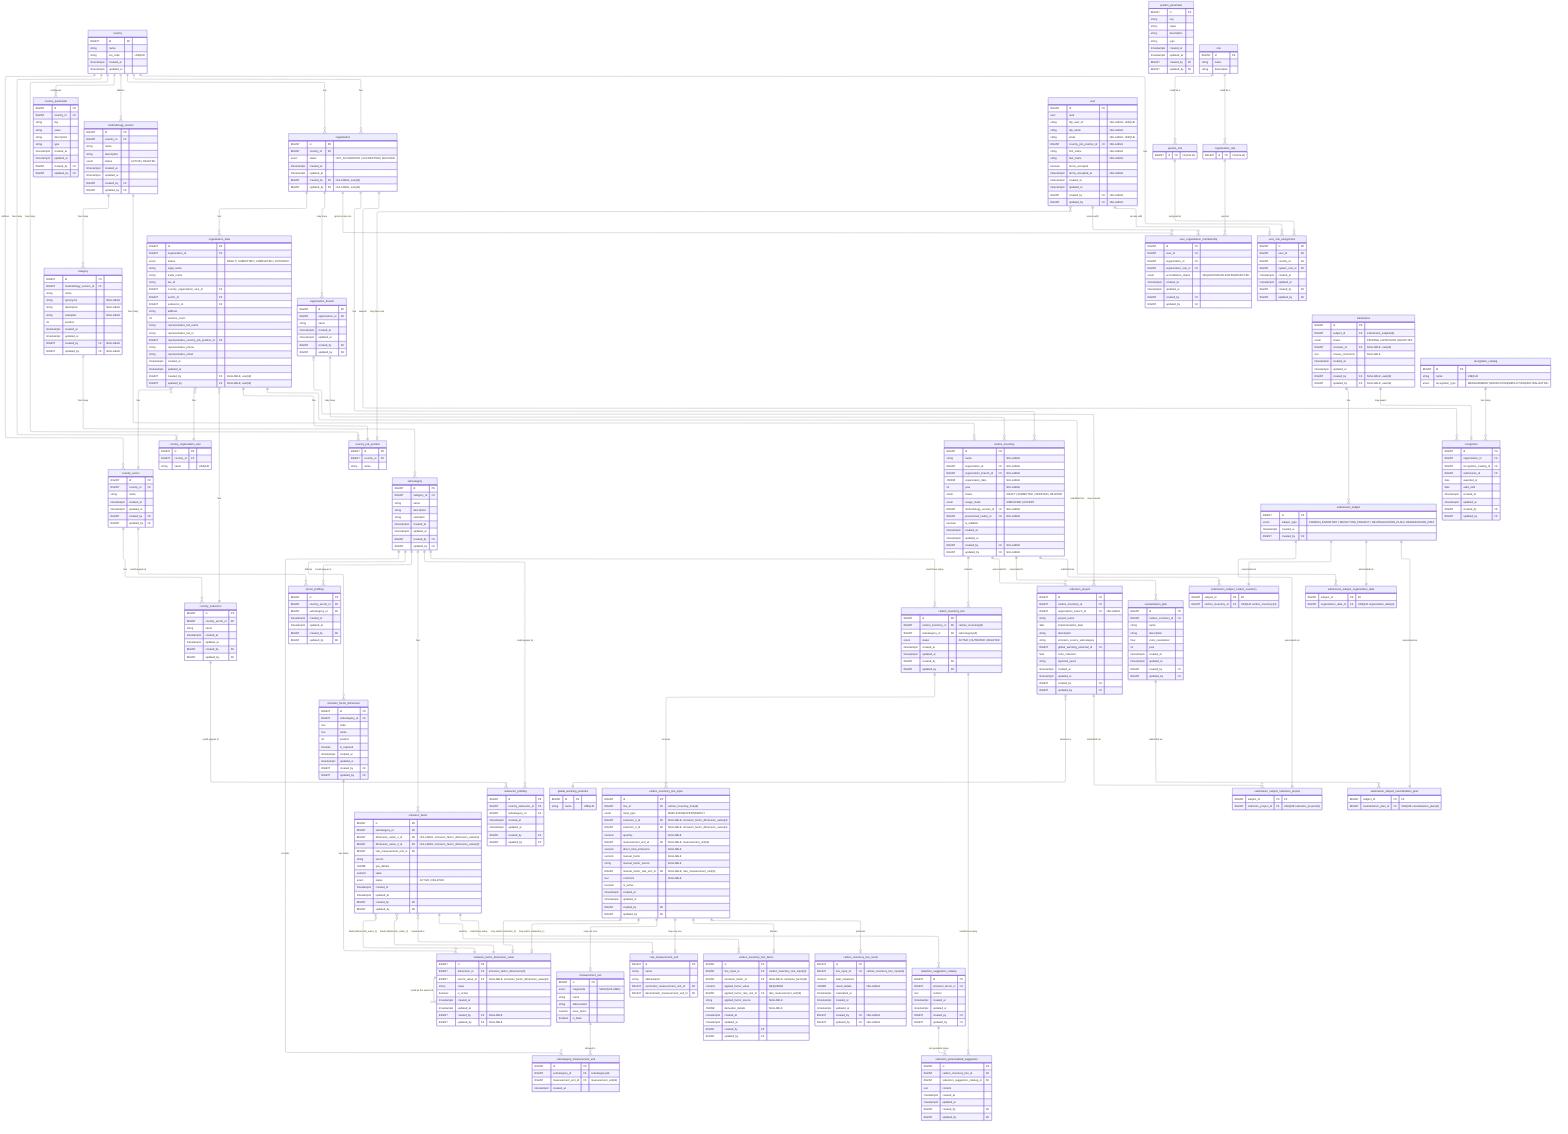
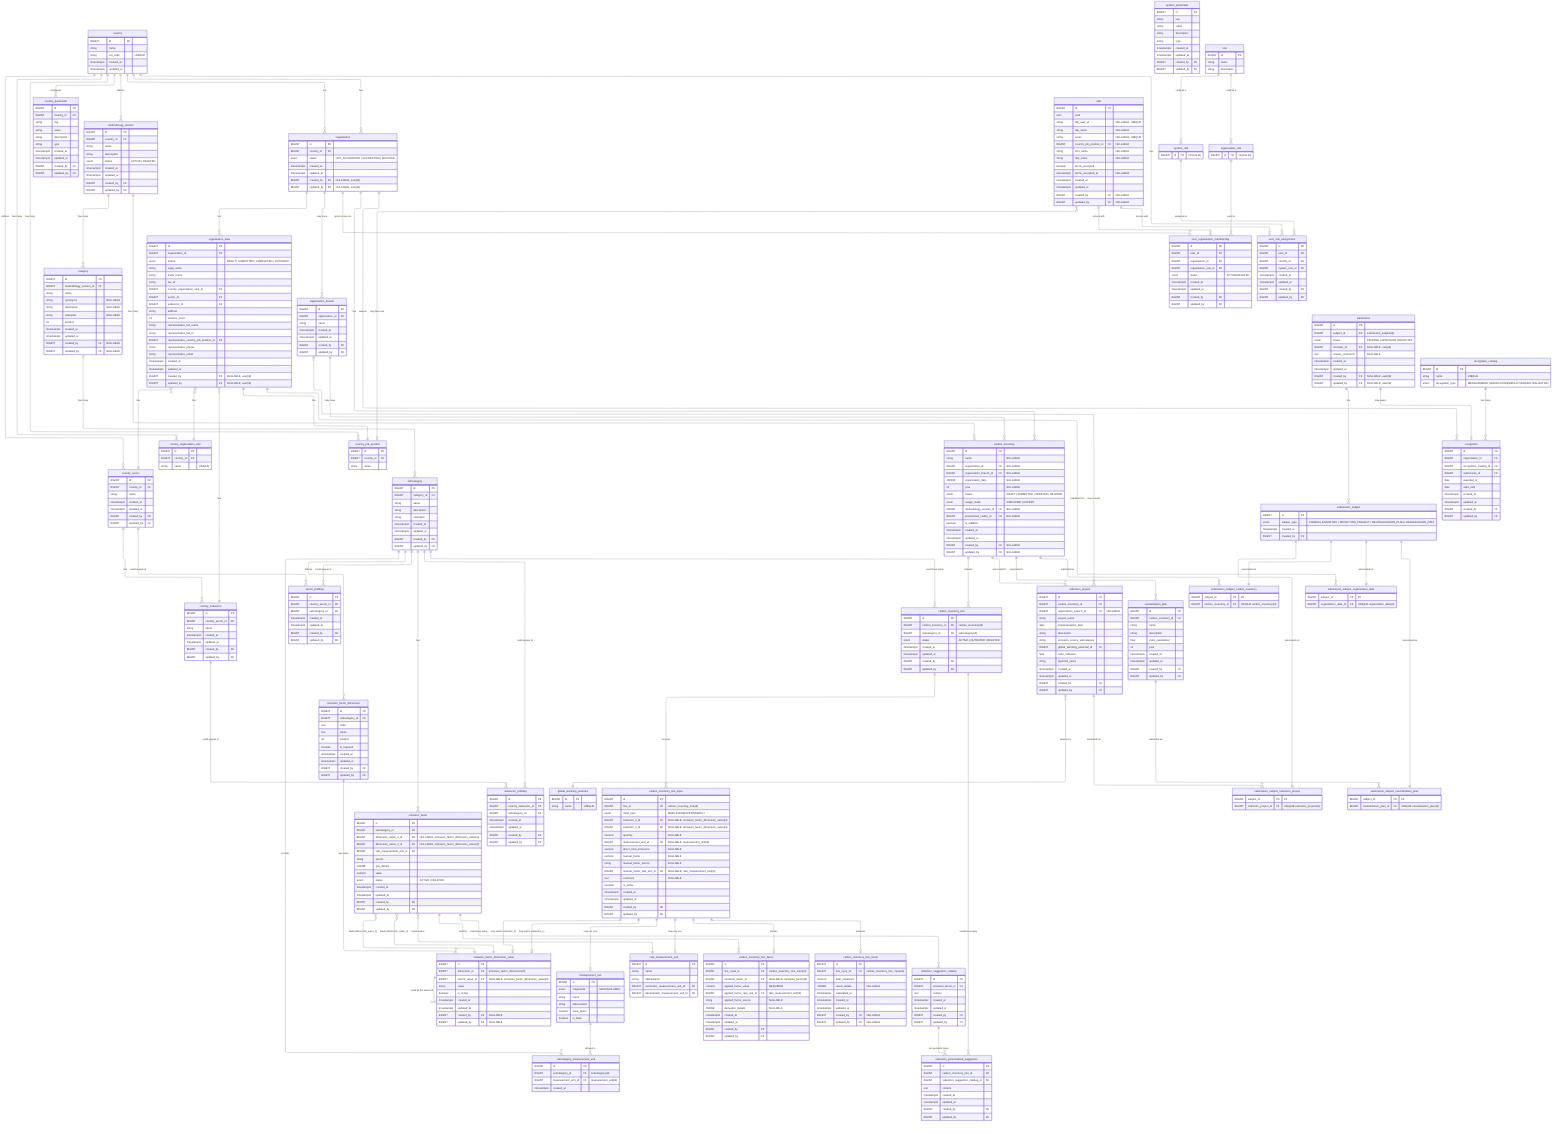
---
config:
  layout: elk
---
erDiagram
	direction TB

	%% ============================================================
	%% Design Principles
	%% ============================================================

	%% 🔷 Core Modeling Principles
	%% 	1.	Each table has a single, well-defined responsibility
	%% Tables are designed to represent one concept only (e.g. configuration, input, result, workflow), avoiding mixed concerns.

	%% 	2.	Relationships reflect real business rules, not just foreign keys
	%% Cardinalities and optionality are chosen to express domain constraints, not merely technical implementation details.

	%% 	3.	Nullability is intentional and meaningful
	%% Nullable fields indicate valid domain states (e.g. optional associations, draft data), not incomplete design.

	%% ⸻

	%% 🔷 Configuration & Reference Data
	%% 	4.	Reference data is normalized and centralized
	%% Shared concepts (statuses, units, potentials) are defined once and reused across the system.

	%% 	5.	Volatile enums are modeled as tables, not database ENUMs
	%% Any value expected to evolve (statuses, workflows) is stored in catalog tables to avoid schema migrations.

	%% 	6.	Stable physical concepts may use ENUMs
	%% Concepts that are scientifically stable (e.g. unit magnitude, usage mode) may use database ENUMs for safety and clarity.

	%% ⸻

	%% 🔷 Methodology & Emission Factors

	%% 	7.	Methodology is versioned and country-scoped
	%% All categories, subcategories, and factors belong to a specific methodology version tied to a country.

	%% 	8.	Emission factors are defined by standardized dimensions, not free text
	%% User selections and factor matching are driven by normalized dimension values to ensure consistency and correctness.

	%% 	9.	Dimension cardinality reflects domain reality, not generic flexibility
	%% Emission factors support up to two dimensions by design, matching current methodology requirements and admin workflows.

	%% 	10.	Administrative workflows are hierarchical and sequential
	%% New entities are created top-down (category → subcategory → dimension → value → factor), enforcing consistency at each level.

	%% ⸻

	%% 🔷 Inventory & Calculation

	%% 	11.	Input, factor selection, and results are modeled as separate concerns
	%% User input, factor derivation, and calculated results are stored in distinct tables for clarity and auditability.

	%% 	12.	Results are always derived from immutable input snapshots
	%% Calculated emissions reference the exact input used, ensuring reproducibility even if inputs change later.

	%% 	13.	Historical data is preserved; updates create new versions
	%% Changes do not overwrite previous data but create new records, maintaining a complete audit trail.

	%% ⸻

	%% 🔷 Workflow & Submissions

	%% 	14.	Workflows are modeled as data, not booleans
	%% Submissions, approvals, and recognitions are represented explicitly rather than inferred from flags.

	%% 	15.	Polymorphism is handled via explicit subject tables
	%% Submissions reference a generic subject entity with concrete subtype tables, avoiding nullable polymorphic foreign keys.

	%% 	16.	Recognitions are awarded based on submissions, not raw entities
	%% This ensures all awards are traceable to a validated review process.

	%% ⸻

	%% 🔷 Audit & Governance

	%% 	17.	Audit fields are applied based on responsibility and mutability
	%% Operational tables are auditable; reference and system-owned tables may omit audit fields by design.

	%% 	18.	System-generated data does not pretend to have an author
	%% Automatically calculated results record timestamps but not created_by or updated_by.

	%% 	19.	Database constraints enforce correctness wherever possible
	%% Uniqueness, consistency, and invariants are enforced at the database level rather than relying solely on application logic.


	%% ⸻

	%% 🔷 Evolution & Maintainability

	%% 	20.	Design favors clarity and correctness over premature generalization
	%% Flexibility is introduced only when driven by real domain requirements, not hypothetical future use cases.

	%% 	21.	Future extensions are possible without breaking existing data
	%% The model anticipates evolution (e.g. new methodologies, new workflows) while keeping current usage simple and explicit.

	%% ⸻

	%% These principles are intentional.
	%% Changes to the model should preserve these invariants unless there is a clear domain-driven reason to evolve them.

	%% ============================================================
	%% 🟦 Country & configuration (7)
	%% ============================================================

	country {
		BIGINT id PK ""
		string name  ""
		string iso_code "UNIQUE"
		timestamptz created_at  ""
		timestamptz updated_at  ""
	}

	country_parameter {
		BIGINT id PK ""
		BIGINT country_id FK ""
		string key  ""
		string value  ""
		string description  ""
		string type  ""
		timestamptz created_at  ""
		timestamptz updated_at  ""
		BIGINT created_by FK ""
		BIGINT updated_by FK ""
	}

	system_parameter {
		BIGINT id PK ""
		string key  ""
		string value  ""
		string description  ""
		string type  ""
		timestamptz created_at  ""
		timestamptz updated_at  ""
		BIGINT created_by FK ""
		BIGINT updated_by FK ""
	}

	country_sector {
		BIGINT id PK ""
		BIGINT country_id FK ""
		string name  ""
		timestamptz created_at  ""
		timestamptz updated_at  ""
		BIGINT created_by FK ""
		BIGINT updated_by FK ""
	}

	country_subsector {
		BIGINT id PK ""
		BIGINT country_sector_id FK ""
		string name  ""
		timestamptz created_at  ""
		timestamptz updated_at  ""
		BIGINT created_by FK ""
		BIGINT updated_by FK ""
	}

	country_organization_size {
		BIGINT id PK ""
		BIGINT country_id FK ""
		string name  "UNIQUE"
	}

	country_job_position {
		BIGINT id PK ""
		BIGINT country_id FK ""
		string name  ""
	}

	%% ============================================================
	%% 🟩 Methodology & factors (10)
	%% ============================================================

	methodology_version {
		BIGINT id PK ""
		BIGINT country_id FK ""
		string name  ""
		string description  ""
		enum status "ACTIVE | DELETED"
		timestamptz created_at  ""
		timestamptz updated_at  ""
		BIGINT created_by FK ""
		BIGINT updated_by FK ""
		%% Enforce via trigger at most 1 active per country
	}

	category {
		BIGINT id PK ""
		BIGINT methodology_version_id FK ""
		string name  ""
		%% just for displaying
		string synonyms "NULLABLE"
		%% just for displaying
		string description "NULLABLE"
		%% just for displaying
		string examples "NULLABLE"
		%% Position must be > 0 (enforced by DB CHECK constraint)
		int position ""
		timestamptz created_at  ""
		timestamptz updated_at  ""
		BIGINT created_by FK "NULLABLE"
		BIGINT updated_by FK "NULLABLE"
		%% UNIQUE(methodology_version_id, name)
		%% UNIQUE(methodology_version_id, position)
	}

	subcategory {
		BIGINT id PK ""
		BIGINT category_id FK ""
		string name  ""
		%% just for displaying
		string description  ""
		%% just for displaying
		string examples ""
		timestamptz created_at  ""
		timestamptz updated_at  ""
		BIGINT created_by FK ""
		BIGINT updated_by FK ""
	}

	emission_factor_dimension {
		BIGINT id PK ""
		BIGINT subcategory_id FK ""
		%% Like: FUEL_GROUP, FUEL_TYPE, GAS_TYPE
		text code ""
		%% Like: Tipo de combustible, Tipo de gas
		text name ""
		%% Like: 1, 2, 3 (order in UI & logic)
		int position ""
		boolean is_required ""
		timestamptz created_at  ""
		timestamptz updated_at  ""
		BIGINT created_by FK ""
		BIGINT updated_by FK ""
		%% UNIQUE(subcategory_id, position),
		%% UNIQUE(subcategory_id, code)
	}

	emission_factor_dimension_value {
		BIGINT id PK ""
		BIGINT dimension_id FK "emission_factor_dimension(id)"
		BIGINT parent_value_id FK "NULLABLE, emission_factor_dimension_value(id)"
		%% Like: Natural gas, Diesel, Kerosene, etc
		string value ""
		boolean is_active ""
		timestamptz created_at  ""
		timestamptz updated_at  ""
		BIGINT created_by FK "NULLABLE"
		BIGINT updated_by FK "NULLABLE"
		%% UNIQUE(dimension_id, value)
	}

	emission_factor {
		BIGINT id PK ""
		BIGINT subcategory_id FK ""
		%% Emission factors currently support up to two dimensions via fixed columns.
		%% A binding table was considered for unbounded dimensions but intentionally not used to keep queries and constraints simple.
		BIGINT dimension_value_1_id FK "NULLABLE, emission_factor_dimension_value(id)"
		BIGINT dimension_value_2_id FK "NULLABLE, emission_factor_dimension_value(id)"
		BIGINT rate_measurement_unit_id FK ""
		string source  ""
		JSONB gas_details ""
		numeric value  ""
		enum status "ACTIVE | DELETED"
		timestamptz created_at  ""
		timestamptz updated_at  ""
		BIGINT created_by FK ""
		BIGINT updated_by FK ""
		%% Enforce UNIQUE (subcategory_id, dimension_value_1_id, dimension_value_2_id) WHERE status = 'ACTIVE'
	}

	sector_profiling {
		BIGINT id PK ""
		BIGINT country_sector_id FK ""
		BIGINT subcategory_id FK ""
		timestamptz created_at  ""
		timestamptz updated_at  ""
		BIGINT created_by FK ""
		BIGINT updated_by FK ""
		%% UNIQUE(country_sector_id, subcategory_id)
	}

	subsector_profiling {
		BIGINT id PK ""
		BIGINT country_subsector_id FK ""
		BIGINT subcategory_id FK ""
		timestamptz created_at  ""
		timestamptz updated_at  ""
		BIGINT created_by FK ""
		BIGINT updated_by FK ""
		%% UNIQUE(country_subsector_id, subcategory_id)
	}

	measurement_unit {
		BIGINT id PK ""
		enum magnitude  "MASS|VOLUME|..."
		string name  ""
		string abbreviation  ""
		numeric base_factor  ""
		boolean is_base  ""
		%% Enforce UNIQUE (magnitude) WHERE is_base = true
	}

	rate_measurement_unit {
		BIGINT id PK ""
		string name  ""
		string abbreviation  ""
		BIGINT numerator_measurement_unit_id FK ""
		BIGINT denominator_measurement_unit_id FK ""
	}

	subcategory_measurement_unit {
		BIGINT id PK ""
		BIGINT subcategory_id FK "subcategory(id)"
		BIGINT measurement_unit_id FK "measurement_unit(id)"
		timestamptz created_at ""
		%% UNIQUE(subcategory_id, measurement_unit_id)
	}

	global_warming_potential {
		BIGINT id PK ""
		string name "UNIQUE"
		%% AR4, AR5, etc...
	}

	%% ============================================================
	%% 🟨 Organizations & users (8)
	%% ============================================================

	organization {
		BIGINT id PK
		BIGINT country_id FK
		enum status "NOT_ACCREDITED | ACCREDITED | BLOCKED"
		timestamptz created_at
		timestamptz updated_at
		BIGINT created_by FK "NULLABLE, user(id)"
		BIGINT updated_by FK "NULLABLE, user(id)"
  	}

	organization_data {
		BIGINT id PK
		BIGINT organization_id FK
		enum status "DRAFT | SUBMITTED | COMPLETED | OUTDATED"

		%% organization data
		string legal_name
		string trade_name
		string tax_id
		BIGINT country_organization_size_id FK
		BIGINT sector_id FK
		BIGINT subsector_id FK
		string address
		int workers_count

		%% representative data
		string representative_full_name
		string representative_tax_id
		BIGINT representative_country_job_position_id FK
		string representative_phone
		string representative_email

		timestamptz created_at
		timestamptz updated_at
		BIGINT created_by FK "NULLABLE, user(id)"
		BIGINT updated_by FK "NULLABLE, user(id)"
	}

	organization_branch {
		BIGINT id PK ""
		BIGINT organization_id FK ""
		string name  ""
		timestamptz created_at  ""
		timestamptz updated_at  ""
		BIGINT created_by FK ""
		BIGINT updated_by FK ""
	}

	user {
		BIGINT id PK ""
		uuid uuid  ""
		string idp_user_id "NULLABLE, UNIQUE"
		string idp_name "NULLABLE"
		string email  "NULLABLE, UNIQUE"
		BIGINT country_job_position_id FK "NULLABLE"
		string first_name "NULLABLE"
		string last_name "NULLABLE"
		boolean terms_accepted ""
		timestamptz terms_accepted_at "NULLABLE"
		timestamptz created_at  ""
		timestamptz updated_at  ""
		BIGINT created_by FK "NULLABLE"
		BIGINT updated_by FK "NULLABLE"
	}

	%% abstract parent table
	role {
		BIGINT id PK ""
		string name ""
		string description ""
	}

	system_role {
		BIGINT id PK "FK(role.id)"
	}

	organization_role {
		BIGINT id PK "FK(role.id)"
	}

+ 
	user_organization_membership {
		BIGINT id PK ""
		BIGINT user_id FK ""
		BIGINT organization_id FK ""
		BIGINT organization_role_id FK ""
- 		enum accreditation_status  "REQUESTED|VALIDATED|REJECTED"
+ 		enum status "ACTIVE|DELETED"
		timestamptz created_at  ""
		timestamptz updated_at  ""
		BIGINT created_by FK ""
		BIGINT updated_by FK ""
		%% UNIQUE(user_id, organization_id, organization_role_id)
	}

	user_role_assignment {
		BIGINT id PK ""
		BIGINT user_id FK ""
		BIGINT country_id FK ""
		BIGINT system_role_id FK ""
		timestamptz created_at  ""
		timestamptz updated_at  ""
		BIGINT created_by FK ""
		BIGINT updated_by FK ""
		%% UNIQUE(user_id, country_id, system_role_id)
	}

	%% ============================================================
	%% 🟧 Inventory & calculation (9)
	%% ============================================================

	%% organization & organization_branch will be NULL when user does not belong to any org.
	carbon_inventory {
		BIGINT id PK ""
		string name "NULLABLE"
		BIGINT organization_id FK "NULLABLE"
		BIGINT organization_branch_id FK "NULLABLE"
		JSONB organization_data "NULLABLE"
		int year "NULLABLE"
		enum status "DRAFT | SUBMITTED | VERIFIED | DELETED"
		enum usage_mode "SIMPLIFIED | EXPERT"
		BIGINT methodology_version_id FK "NULLABLE"
		BIGINT preselected_nodes_id FK "NULLABLE"
		boolean is_editable ""
		timestamptz created_at  ""
		timestamptz updated_at  ""
		BIGINT created_by FK "NULLABLE"
		BIGINT updated_by FK "NULLABLE"
	}

	%% A "line" represents what is being measured (subcategory) for a given inventory.
	%% We do not store quantities/factors/selections here. It's the anchor.
	carbon_inventory_line {
		BIGINT id PK ""
		BIGINT carbon_inventory_id FK "carbon_inventory(id)"
		BIGINT subcategory_id FK "subcategory(id)"
		enum status "ACTIVE | OUTDATED | DELETED"
		timestamptz created_at  ""
		timestamptz updated_at  ""
		BIGINT created_by FK ""
		BIGINT updated_by FK ""
	}

	carbon_inventory_line_input {
		BIGINT id PK ""
		BIGINT line_id FK "carbon_inventory_line(id)"
		enum input_type "SIMPLIFIED|EXPERT|DIRECT"

		%% the "dimension selections" (more on dimension standardization in section 4)
		BIGINT selection_1_id FK "NULLABLE, emission_factor_dimension_value(id)"
		BIGINT selection_2_id FK "NULLABLE, emission_factor_dimension_value(id)"

		numeric quantity "NULLABLE"
		BIGINT measurement_unit_id FK "NULLABLE, measurement_unit(id)"

		%% For DIRECT mode:
		numeric direct_total_emissions "NULLABLE"

		%% For EXPERT mode:
		numeric manual_factor "NULLABLE"
		string manual_factor_source "NULLABLE"
		BIGINT manual_factor_rate_unit_id FK "NULLABLE, rate_measurement_unit(id)"

		text comment "NULLABLE"
		boolean is_active ""
		timestamptz created_at  ""
		timestamptz updated_at  ""
		BIGINT created_by FK ""
		BIGINT updated_by FK ""
		%% Enforce only one active input per line: UNIQUE(line_id) WHERE is_active = true
	}

	%% This stores "what factor did we use, after conversions, and why" so results are reproducible.
	carbon_inventory_line_factor {
		BIGINT id PK ""
		BIGINT line_input_id FK "carbon_inventory_line_input(id)"

		%% chosen factor: either from catalog (simplified) or null for expert/direct
		BIGINT emission_factor_id FK "NULLABLE, emission_factor(id)"

		%% normalized factor actually used in the computation (post-conversion)
		%% REQUIRED: Must always be present for result reproducibility
		numeric applied_factor_value "REQUIRED"
		BIGINT applied_factor_rate_unit_id FK "rate_measurement_unit(id)"
		string applied_factor_source "NULLABLE"

		%% optionally store a JSON blob explaining conversion steps for auditability
		JSONB derivation_details "NULLABLE"

		timestamptz created_at  ""
		timestamptz updated_at  ""
		BIGINT created_by FK ""
		BIGINT updated_by FK ""
		%% Enforce 1 factor row per input: UNIQUE(line_input_id)
	}

	carbon_inventory_line_result {
		BIGINT id PK ""
		BIGINT line_input_id FK "carbon_inventory_line_input(id)"
		numeric total_emissions ""
		%% optionally store breakdown: per-gas, CO2e, etc.
		JSONB result_details "NULLABLE"
		timestamptz calculated_at ""
		timestamptz created_at  ""
		timestamptz updated_at  ""
		BIGINT created_by FK "NULLABLE"
		BIGINT updated_by FK "NULLABLE"
		%% Ensure 1 result per input: UNIQUE(line_input_id)
	}

	reduction_suggestion_catalog {
		BIGINT id PK ""
		BIGINT emission_factor_id FK ""
		text content  ""
		timestamptz created_at  ""
		timestamptz updated_at  ""
		BIGINT created_by FK ""
		BIGINT updated_by FK ""
	}

	%% We plan to create these suggestion with AI
	reduction_personalized_suggestion {
		BIGINT id PK ""
		BIGINT carbon_inventory_line_id FK ""
		BIGINT reduction_suggestion_catalog_id FK ""
		text content  ""
		timestamptz created_at  ""
		timestamptz updated_at  ""
		BIGINT created_by FK ""
		BIGINT updated_by FK ""
	}

	reduction_project {
		BIGINT id PK ""
		BIGINT carbon_inventory_id FK ""
		BIGINT organization_branch_id FK "NULLABLE"
		string project_name  ""
		date implementation_date  ""
		string description  ""
		string emission_source_subcategory  ""
		BIGINT global_warming_potential_id FK ""
		float co2e_reduction  ""
		string reported_years  ""
		timestamptz created_at  ""
		timestamptz updated_at  ""
		BIGINT created_by FK ""
		BIGINT updated_by FK ""
	}

	neutralization_plan {
		BIGINT id PK ""
		BIGINT carbon_inventory_id FK ""
		string name  ""
		string description  ""
		float co2e_neutralized  ""
		int year  ""
		timestamptz created_at  ""
		timestamptz updated_at  ""
		BIGINT created_by FK ""
		BIGINT updated_by FK ""
	}

	%% ============================================================
	%% 🟥 Submissions & recognition (7)
	%% ============================================================

	%% Read the docs about the submissions model design here: https://www.notion.so/Modelo-E-R-para-Submissions-2d318d2c8901805ab8f9eed2a9d9d702?source=copy_link
	%% The data within this table is immutable once created
	submission_subject {
		BIGINT id PK ""
		enum subject_type "CARBON_INVENTORY | REDUCTION_PROJECT | NEUTRALIZATION_PLAN | ORGANIZATION_DATA"
		timestamptz created_at  ""
		BIGINT created_by FK ""
	}

	%% The data within this table is immutable once created
	submission_subject_carbon_inventory {
		BIGINT subject_id PK "FK"
		BIGINT carbon_inventory_id FK "UNIQUE carbon_inventory(id)"
	}

	%% The data within this table is immutable once created
	submission_subject_reduction_project {
		BIGINT subject_id PK "FK"
		BIGINT reduction_project_id FK "UNIQUE reduction_project(id)"
	}

	%% The data within this table is immutable once created
	submission_subject_neutralization_plan {
		BIGINT subject_id PK "FK"
		BIGINT neutralization_plan_id FK "UNIQUE neutralization_plan(id)"
	}

	%% The data within this table is immutable once created
	submission_subject_organization_data {
		BIGINT subject_id PK "FK"
		BIGINT organization_data_id FK "UNIQUE organization_data(id)"
	}

	submission {
		BIGINT id PK ""
		BIGINT subject_id FK "submission_subject(id)"
		enum status "PENDING | APPROVED | REJECTED"
		BIGINT reviewer_id FK "NULLABLE, user(id)"
		text review_comments "NULLABLE"
		timestamptz created_at  ""
		timestamptz updated_at  ""
		BIGINT created_by FK "NULLABLE, user(id)"
		BIGINT updated_by FK "NULLABLE, user(id)"
		%% UNIQUE INDEX on subject_id WHERE status IN ('PENDING', 'APPROVED')
	}

	recognition_catalog {
		BIGINT id PK ""
		string name "UNIQUE"
		enum recognition_type  "MEASUREMENT|VERIFICATION|REDUCTION|NEUTRALIZATION"
	}

	recognition {
		BIGINT id PK ""
		BIGINT organization_id FK ""
		BIGINT recognition_catalog_id FK ""
		BIGINT submission_id FK ""
		date awarded_at  ""
		date valid_until  ""
		timestamptz created_at  ""
		timestamptz updated_at  ""
		BIGINT created_by FK ""
		BIGINT updated_by FK ""
	}

	%% ============================================================
	%% Others
	%% ============================================================


%% ============================================================
%% Relationships
%% ============================================================

country
	country ||--o{ country_parameter : "configures"
	country ||--o{ country_sector : "defines"
	country ||--o{ methodology_version : "defines"
	country ||--o{ organization : "has"
	country ||--o{ user_role_assignment : "has"
	country ||--o{ country_organization_size: "has many"
	country ||--o{ country_job_position : "has many"
	country ||--o{ organization : "has"

country_sector
	country_sector ||--o{ country_subsector : "has"
	country_sector ||--o{ sector_profiling : "could appear at"

country_subsector
	country_subsector ||--o{ subsector_profiling : "could appear at"

organization
	organization ||--o{ carbon_inventory : "has"
	organization ||--o{ organization_branch : "may have"
	organization ||--o{ recognition : "awards"
	organization ||--o{ user_organization_membership : "grant access via"
	organization ||--o{ organization_data : "has"

organization_data
	organization_data }o--|| country_organization_size : "has"
	organization_data }o--|| country_sector : "has"
	organization_data }o--|| country_subsector : "has"
	organization_data ||--|| country_job_position : "has"
	organization_data ||--o{ submission_subject_organization_data : "submitted via"

organization_branch
	organization_branch |o--o{ reduction_project : "may execute"
	organization_branch ||--o{ carbon_inventory : "may have"

recognition_catalog
	recognition_catalog ||--o{ recognition  : "has many"

role
	role ||--o{ system_role : "could be a"
	role ||--o{ organization_role : "could be a"
	organization_role ||--o{ user_organization_membership : "used at"
	system_role ||--o{ user_role_assignment : "assigned at"

user
	user ||--o{ user_organization_membership : "access with"
	user }o--o| country_job_position : "may have one"
	user ||--o| user_role_assignment : "access with"

methodology_version
	methodology_version ||--o{ carbon_inventory : "has many"
	methodology_version ||--o{ category : "has many"

category
	category ||--o{ subcategory : "has many"

subcategory
	subcategory ||--o{ emission_factor_dimension: "defines"
	%% A subcategory may exist with zero emission factors:
	subcategory ||--o{ emission_factor: "has"
	subcategory ||--o{ sector_profiling: "could appear at"
	subcategory ||--o{ subsector_profiling: "could appear at"
	subcategory ||--o{ carbon_inventory_line: "could have many"
	subcategory ||--o{ subcategory_measurement_unit: "accepts"

measurement_unit
	measurement_unit ||--o{ subcategory_measurement_unit: "allowed in"

emission_factor_dimension
	emission_factor_dimension ||--o{ emission_factor_dimension_value : "has many"

emission_factor_dimension_value
	emission_factor_dimension_value ||--o{ emission_factor_dimension_value : "could be the parent of"

emission_factor
	emission_factor ||--o{ reduction_suggestion_catalog : "could have many"
	emission_factor ||--o{ carbon_inventory_line_factor : "used by"
	emission_factor }o--|| rate_measurement_unit : "expressed in"
	%% At most 2 values, depending on subcategory configuration:
	emission_factor }o--|| emission_factor_dimension_value : "binds (dimension_value_1)"
	emission_factor }o--|| emission_factor_dimension_value : "binds (dimension_value_2)"

carbon_inventory
	carbon_inventory ||--o{ carbon_inventory_line: "contains"
	carbon_inventory ||--o{ submission_subject_carbon_inventory: "submitted as"
	carbon_inventory ||--o{ neutralization_plan: "associated to"
	carbon_inventory ||--o{ reduction_project: "associated to"

carbon_inventory_line
	carbon_inventory_line ||--o{ reduction_personalized_suggestion: "could have many"
	carbon_inventory_line ||--o{ carbon_inventory_line_input: "receives"

carbon_inventory_line_input
	carbon_inventory_line_input ||--o| emission_factor_dimension_value: "may select (selection_1)"
	carbon_inventory_line_input ||--o| emission_factor_dimension_value: "may select (selection_2)"
	carbon_inventory_line_input ||--o| measurement_unit: "may use one"
	carbon_inventory_line_input ||--o| rate_measurement_unit: "may use one"
	carbon_inventory_line_input ||--o| carbon_inventory_line_factor: "derives"
	carbon_inventory_line_input ||--o| carbon_inventory_line_result: "produces"

submission_subject
	submission_subject ||--|| submission_subject_carbon_inventory : "associated via"
	submission_subject ||--|| submission_subject_reduction_project : "associated via"
	submission_subject ||--|| submission_subject_neutralization_plan : "associated via"
	submission_subject ||--|| submission_subject_organization_data : "associated via"

submission
	submission ||--o| recognition: "may award"
	submission ||--o{ submission_subject: "has"

neutralization_plan
	neutralization_plan ||--o{ submission_subject_neutralization_plan : "submitted via"

reduction_project
	reduction_project ||--o{ submission_subject_reduction_project : "submitted via"
	reduction_project }o--|| global_warming_potential : "declares a"

reduction_suggestion_catalog
	reduction_suggestion_catalog ||--o{ reduction_personalized_suggestion : "can generate many"